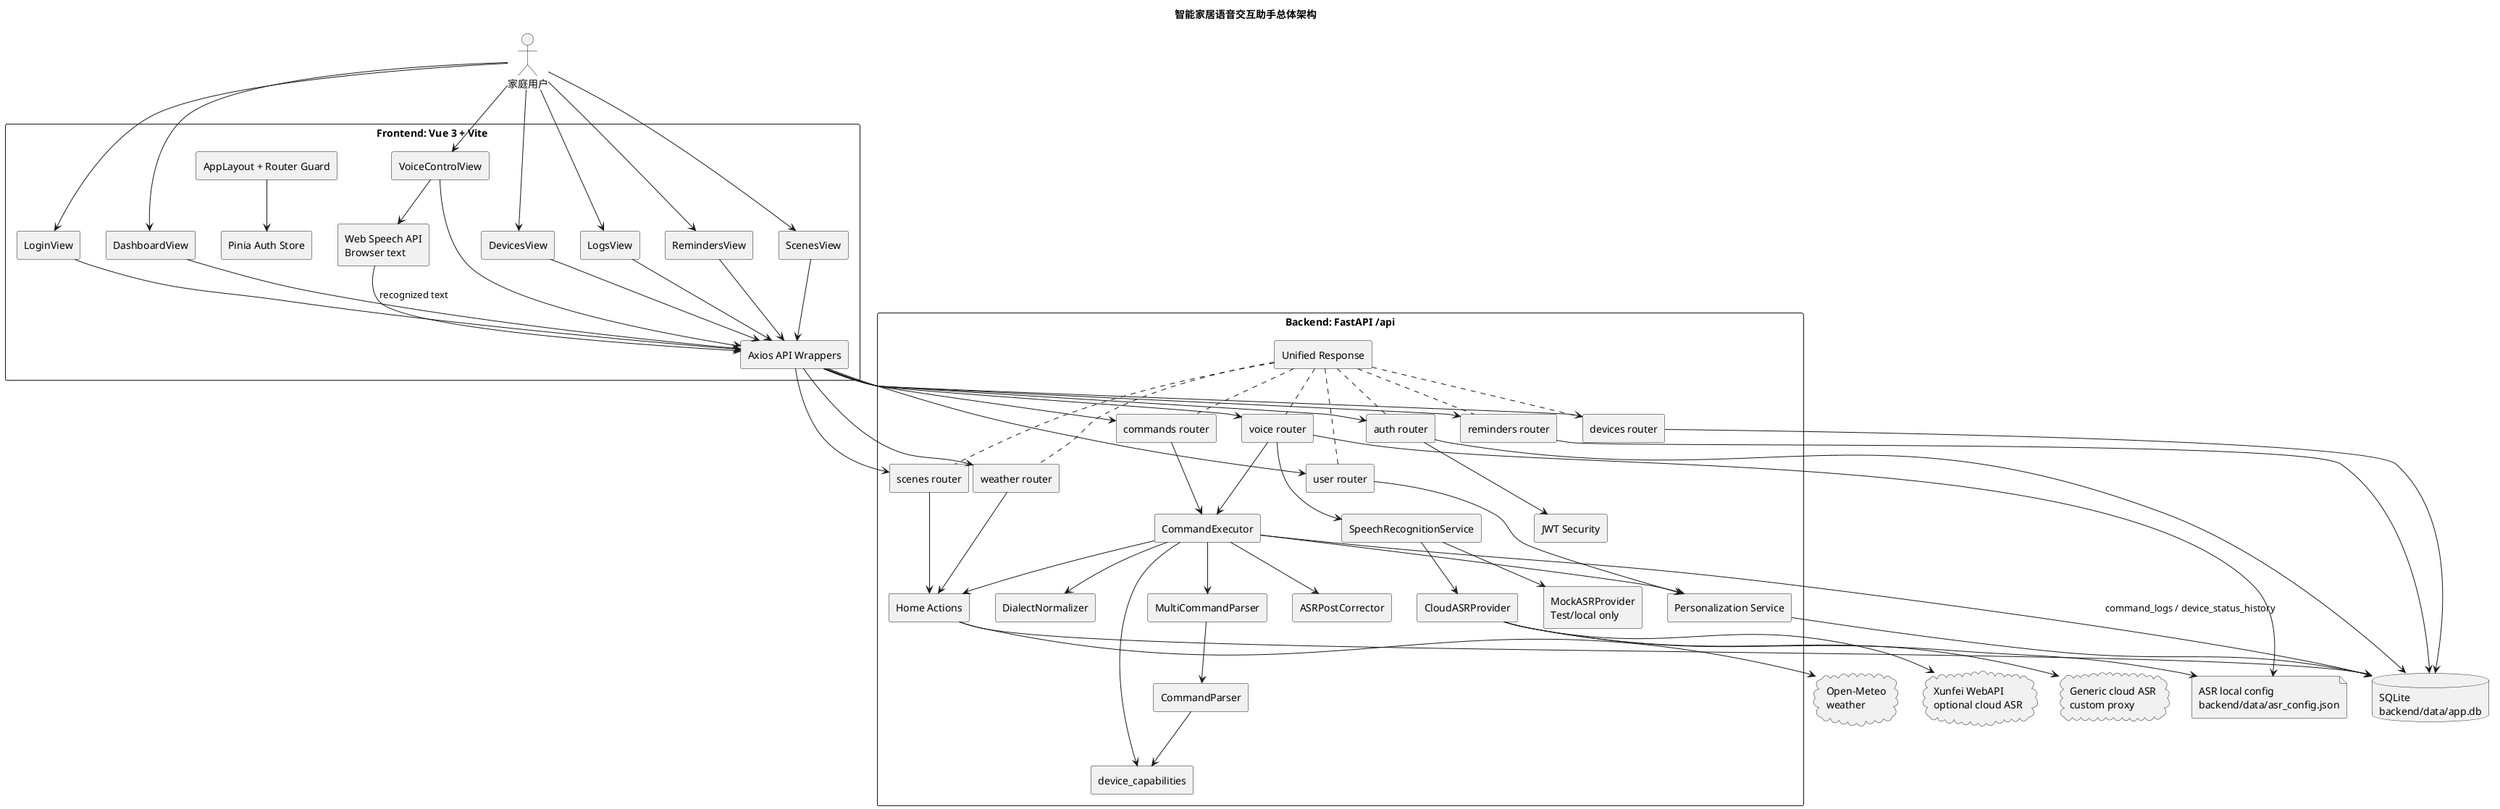
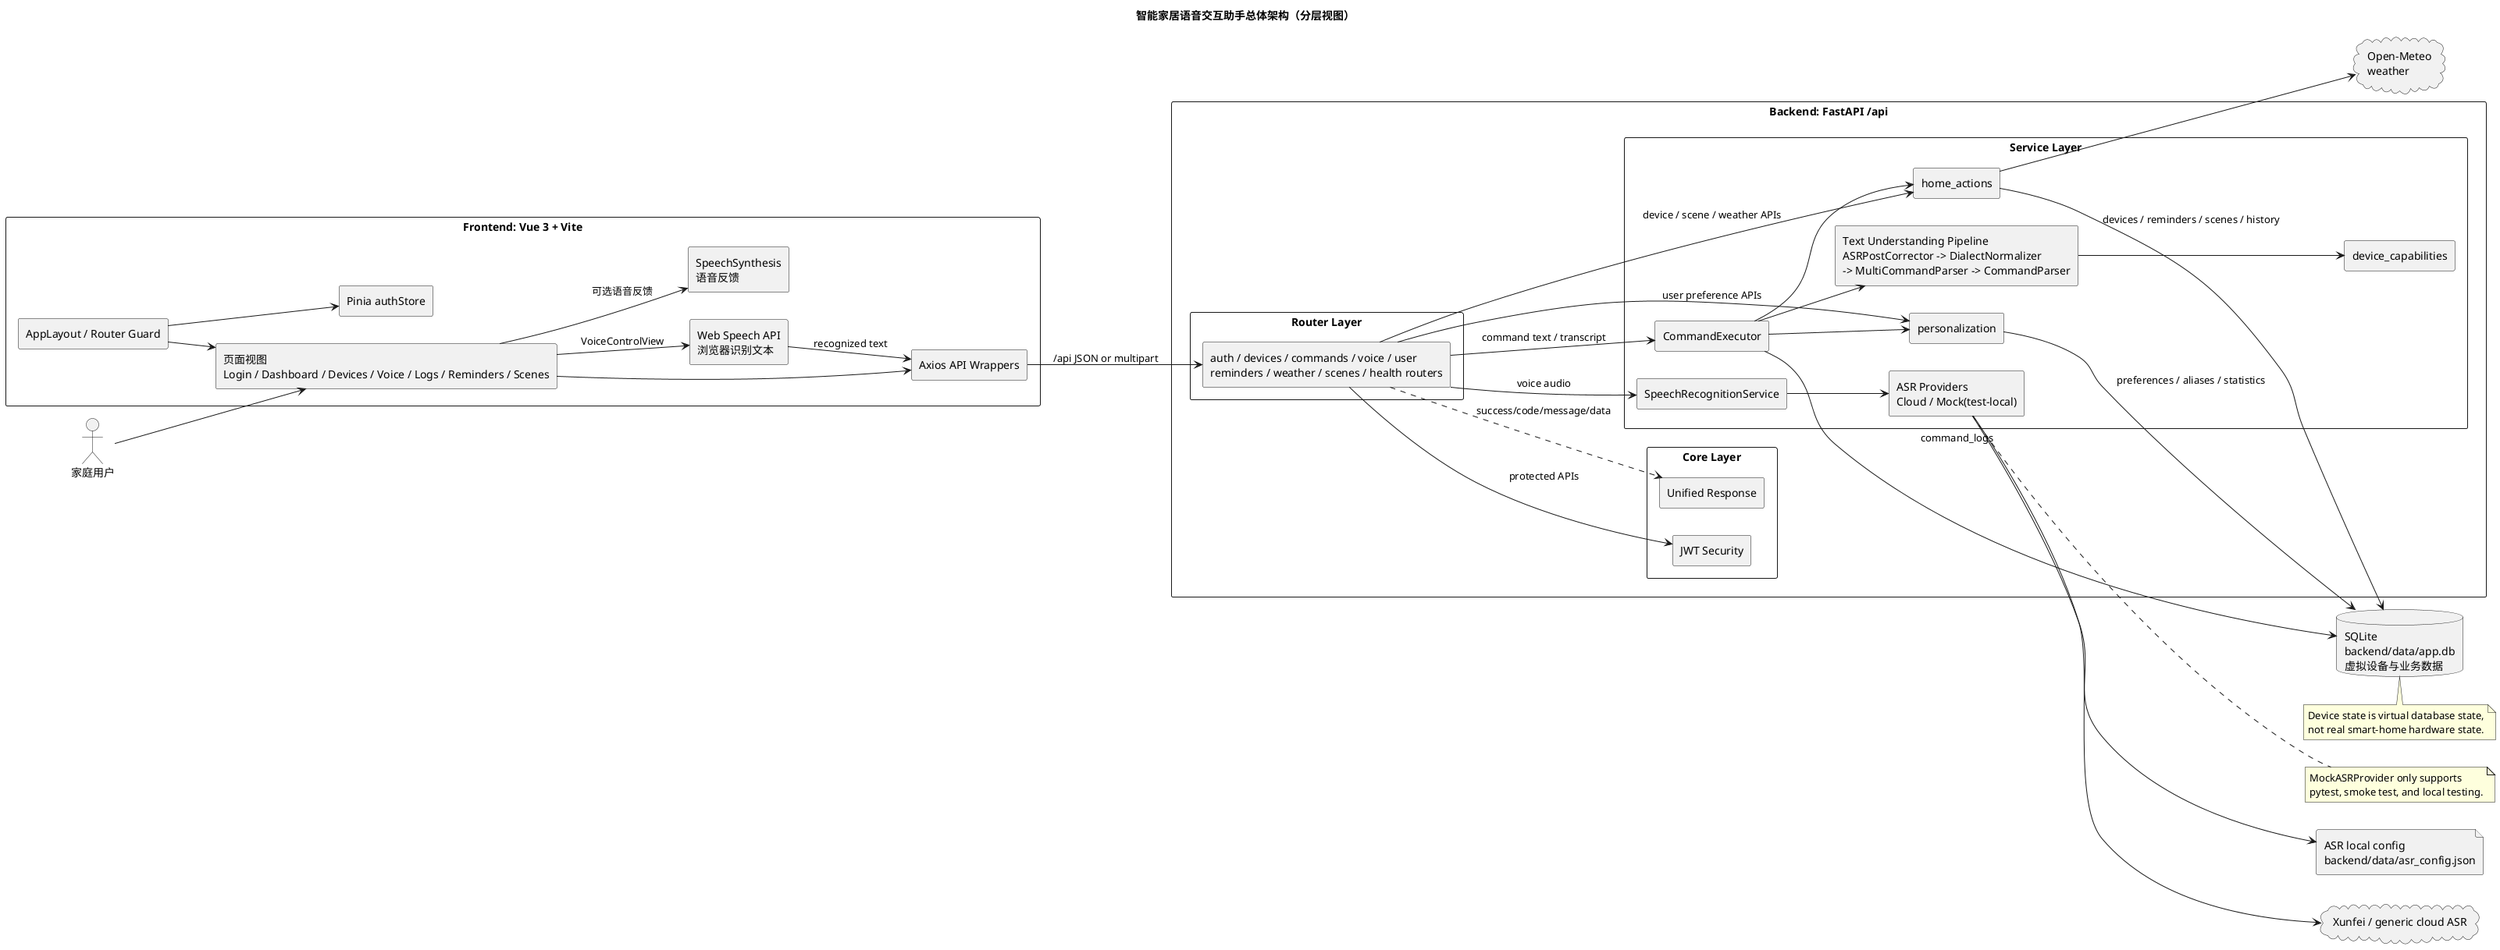
@startuml
- title 智能家居语音交互助手总体架构
+ title 智能家居语音交互助手总体架构（分层视图）
+ left to right direction
skinparam componentStyle rectangle
skinparam packageStyle rectangle

actor "家庭用户" as User

package "Frontend: Vue 3 + Vite" as FE {
-   [LoginView] as FE_LOGIN
-   [DashboardView] as FE_DASH
-   [DevicesView] as FE_DEV
-   [VoiceControlView] as FE_VOICE
-   [LogsView] as FE_LOGS
-   [RemindersView] as FE_REM
-   [ScenesView] as FE_SCENE
-   [AppLayout + Router Guard] as FE_ROUTER
-   [Axios API Wrappers] as FE_API
-   [Pinia Auth Store] as FE_STORE
-   [Web Speech API\nBrowser text] as WEB_SPEECH
+   [AppLayout / Router Guard] as Shell
+   [页面视图\nLogin / Dashboard / Devices / Voice / Logs / Reminders / Scenes] as Views
+   [Pinia authStore] as Store
+   [Axios API Wrappers] as APIWrappers
+   [Web Speech API\n浏览器识别文本] as WebSpeech
+   [SpeechSynthesis\n语音反馈] as SpeechSynthesis
}

package "Backend: FastAPI /api" as BE {
-   [auth router] as R_AUTH
-   [devices router] as R_DEV
-   [commands router] as R_CMD
-   [voice router] as R_VOICE
-   [user router] as R_USER
-   [reminders router] as R_REM
-   [weather router] as R_WEATHER
-   [scenes router] as R_SCENE
-   [JWT Security] as SECURITY
-   [Unified Response] as RESPONSE
-   [SpeechRecognitionService] as ASR_SERVICE
-   [CloudASRProvider] as CLOUD_ASR
-   [MockASRProvider\nTest/local only] as MOCK_ASR
-   [ASRPostCorrector] as CORRECTOR
-   [DialectNormalizer] as NORMALIZER
-   [MultiCommandParser] as MULTI
-   [CommandParser] as PARSER
-   [device_capabilities] as CAP
-   [CommandExecutor] as EXEC
-   [Personalization Service] as PERSONAL
-   [Home Actions] as HOME_ACTIONS
+   package "Router Layer" {
+     [auth / devices / commands / voice / user\nreminders / weather / scenes / health routers] as Routers
+   }
+ 
+   package "Core Layer" {
+     [JWT Security] as Security
+     [Unified Response] as Response
+   }
+ 
+   package "Service Layer" {
+     [SpeechRecognitionService] as ASRService
+     [ASR Providers\nCloud / Mock(test-local)] as Providers
+     [Text Understanding Pipeline\nASRPostCorrector -> DialectNormalizer\n-> MultiCommandParser -> CommandParser] as Pipeline
+     [device_capabilities] as Capabilities
+     [CommandExecutor] as Executor
+     [personalization] as Personalization
+     [home_actions] as HomeActions
+   }
}

- database "SQLite\nbackend/data/app.db" as DB
- file "ASR local config\nbackend/data/asr_config.json" as ASR_CONFIG
- cloud "Xunfei WebAPI\noptional cloud ASR" as XUNFEI
- cloud "Generic cloud ASR\ncustom proxy" as GENERIC_ASR
- cloud "Open-Meteo\nweather" as OPEN_METEO
+ database "SQLite\nbackend/data/app.db\n虚拟设备与业务数据" as DB
+ file "ASR local config\nbackend/data/asr_config.json" as ASRConfig
+ cloud "Xunfei / generic cloud ASR" as CloudASR
+ cloud "Open-Meteo\nweather" as Weather

- User --> FE_LOGIN
- User --> FE_DASH
- User --> FE_DEV
- User --> FE_VOICE
- User --> FE_LOGS
- User --> FE_REM
- User --> FE_SCENE
+ User --> Views
+ Shell --> Views
+ Shell --> Store
+ Views --> APIWrappers
+ Views --> WebSpeech : VoiceControlView
+ Views --> SpeechSynthesis : 可选语音反馈
+ WebSpeech --> APIWrappers : recognized text

- FE_ROUTER --> FE_STORE
- FE_LOGIN --> FE_API
- FE_DASH --> FE_API
- FE_DEV --> FE_API
- FE_VOICE --> FE_API
- FE_LOGS --> FE_API
- FE_REM --> FE_API
- FE_SCENE --> FE_API
- FE_VOICE --> WEB_SPEECH
- WEB_SPEECH --> FE_API : recognized text
- FE_API --> R_AUTH
- FE_API --> R_DEV
- FE_API --> R_CMD
- FE_API --> R_VOICE
- FE_API --> R_USER
- FE_API --> R_REM
- FE_API --> R_WEATHER
- FE_API --> R_SCENE
+ APIWrappers --> Routers : /api JSON or multipart
+ Routers --> Security : protected APIs
+ Routers ..> Response : success/code/message/data
+ Routers --> ASRService : voice audio
+ Routers --> Executor : command text / transcript
+ Routers --> Personalization : user preference APIs
+ Routers --> HomeActions : device / scene / weather APIs

- R_AUTH --> SECURITY
- R_AUTH --> DB
- R_DEV --> DB
- R_USER --> PERSONAL
- R_REM --> DB
- R_SCENE --> HOME_ACTIONS
- R_WEATHER --> HOME_ACTIONS
- R_CMD --> EXEC
- R_VOICE --> ASR_SERVICE
- R_VOICE --> EXEC
- R_VOICE --> ASR_CONFIG
- ASR_SERVICE --> CLOUD_ASR
- ASR_SERVICE --> MOCK_ASR
- CLOUD_ASR --> ASR_CONFIG
- CLOUD_ASR --> XUNFEI
- CLOUD_ASR --> GENERIC_ASR
- EXEC --> PERSONAL
- EXEC --> CORRECTOR
- EXEC --> NORMALIZER
- EXEC --> MULTI
- MULTI --> PARSER
- PARSER --> CAP
- EXEC --> CAP
- EXEC --> HOME_ACTIONS
- HOME_ACTIONS --> DB
- HOME_ACTIONS --> OPEN_METEO
- EXEC --> DB : command_logs / device_status_history
- PERSONAL --> DB
- RESPONSE .. R_AUTH
- RESPONSE .. R_DEV
- RESPONSE .. R_CMD
- RESPONSE .. R_VOICE
- RESPONSE .. R_USER
- RESPONSE .. R_REM
- RESPONSE .. R_WEATHER
- RESPONSE .. R_SCENE
+ ASRService --> Providers
+ Providers --> ASRConfig
+ Providers --> CloudASR
+ 
+ Executor --> Personalization
+ Executor --> Pipeline
+ Pipeline --> Capabilities
+ Executor --> HomeActions
+ Executor --> DB : command_logs
+ Personalization --> DB : preferences / aliases / statistics
+ HomeActions --> DB : devices / reminders / scenes / history
+ HomeActions --> Weather
+ 
+ note right of Providers
+   MockASRProvider only supports
+   pytest, smoke test, and local testing.
+ end note
+ 
+ note bottom of DB
+   Device state is virtual database state,
+   not real smart-home hardware state.
+ end note
@enduml
